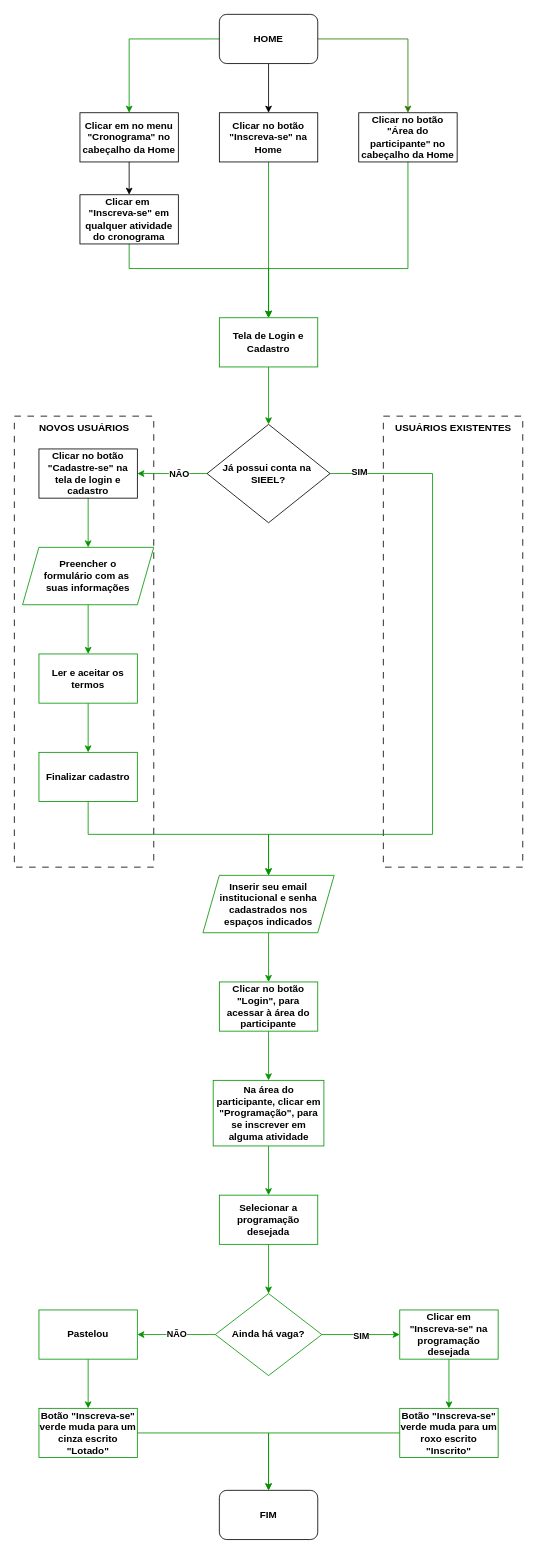
Before: page "inscricao-nas-atividades-da-SIEEL" (2 of 6) of flowcharts-SIEEL-s-Site.drawio in jo4o-vinicius/Flowchart-of-SIEEL-s-site, a draw.io diagram. Source tidied: cells renumbered, new cells numbered last; positions are measured from the earlier drawing's top-left corner, leaving out a move shared by most shapes. Both pictures are drawn from the tidied source at 82%, with x=0, y=0 at pixel (14, 14).
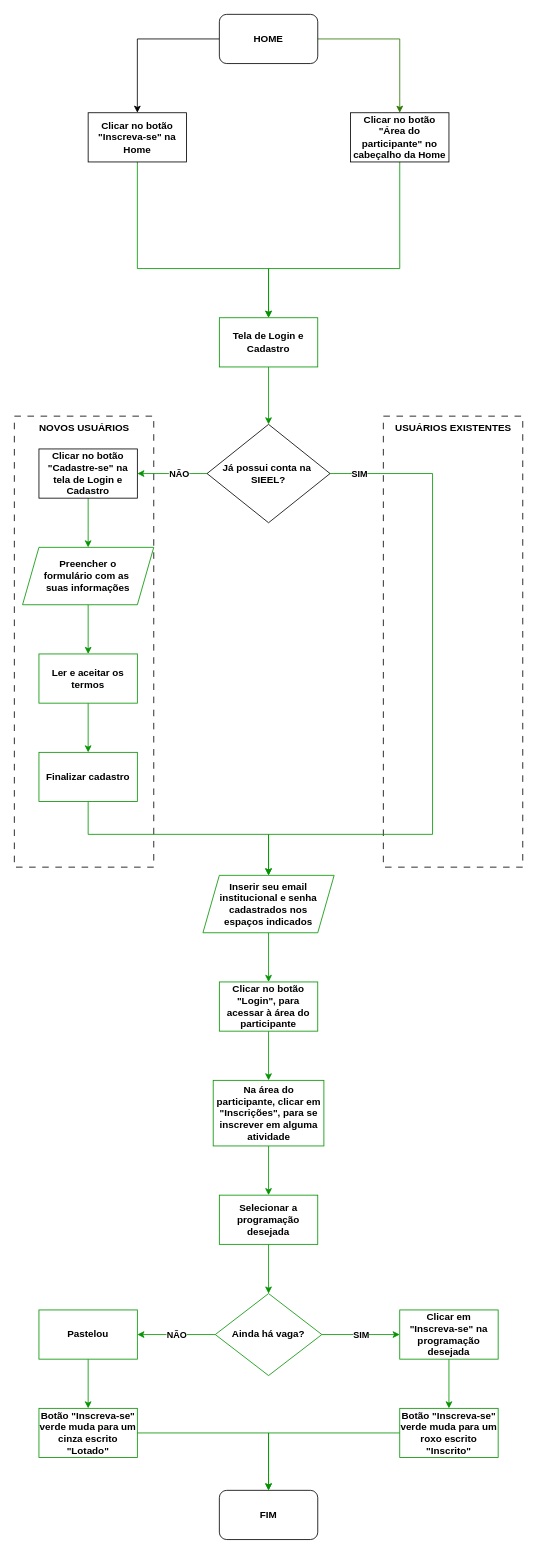
After the change.

The change refers to these unchanged cells:
```xml
<mxCell id="7" value="&lt;b&gt;HOME&lt;/b&gt;" style="rounded=1;whiteSpace=wrap;html=1;strokeColor=light-dark(#000000,#049402);" parent="1" vertex="1">
  <mxGeometry x="250" width="120" height="60" as="geometry" />
</mxCell>
<mxCell id="9" style="edgeStyle=orthogonalEdgeStyle;rounded=0;jettySize=auto;html=1;entryX=0.5;entryY=0;entryDx=0;entryDy=0;strokeColor=light-dark(#049402,#049402);exitX=1;exitY=0.5;exitDx=0;exitDy=0;" parent="1" edge="1" source="13" target="33">
  <mxGeometry relative="1" as="geometry">
    <Array as="points">
      <mxPoint x="510" y="560" />
      <mxPoint x="510" y="1000" />
      <mxPoint x="310" y="1000" />
    </Array>
  </mxGeometry>
</mxCell>
<mxCell id="25" value="&lt;b&gt;Tela de Login e Cadastro&lt;/b&gt;" style="rounded=0;whiteSpace=wrap;html=1;strokeColor=light-dark(#049402,#049402);" parent="1" vertex="1">
  <mxGeometry x="250" y="370" width="120" height="60" as="geometry" />
</mxCell>
<mxCell id="40" style="edgeStyle=orthogonalEdgeStyle;rounded=0;jettySize=auto;html=1;strokeColor=light-dark(#049402,#049402);entryX=0;entryY=0.5;entryDx=0;entryDy=0;labelBorderColor=none;" parent="1" edge="1" source="44" target="39">
  <mxGeometry relative="1" as="geometry" />
</mxCell>
<mxCell id="42" style="edgeStyle=orthogonalEdgeStyle;rounded=0;jettySize=auto;html=1;strokeColor=light-dark(#049402,#049402);entryX=1;entryY=0.5;entryDx=0;entryDy=0;labelBorderColor=none;" parent="1" edge="1" source="44" target="46">
  <mxGeometry relative="1" as="geometry" />
</mxCell>
```

Change to the diagram source:
```diff
@@
-    <mxCell id="4" style="edgeStyle=orthogonalEdgeStyle;rounded=0;jettySize=auto;html=1;entryX=0.5;entryY=0;entryDx=0;entryDy=0;strokeColor=light-dark(#049402,#049402);" parent="1" edge="1" source="7" target="17">
-      <mxGeometry relative="1" as="geometry" />
-    </mxCell>
@@
     <mxCell id="6" style="edgeStyle=orthogonalEdgeStyle;rounded=0;jettySize=auto;html=1;fillColor=#60a917;strokeColor=light-dark(#2D7600,#049402);entryX=0.5;entryY=0;entryDx=0;entryDy=0;" parent="1" edge="1" source="7" target="19">
       <mxGeometry relative="1" as="geometry">
         <Array as="points">
-          <mxPoint x="480" y="30" />
+          <mxPoint x="470" y="30" />
+          <mxPoint x="470" y="120" />
         </Array>
       </mxGeometry>
     </mxCell>
@@
     <mxCell id="10" value="SIM" style="edgeLabel;html=1;align=center;verticalAlign=middle;fontStyle=1;" parent="9" vertex="1">
       <mxGeometry x="-0.41" y="-3" relative="1" as="geometry">
-        <mxPoint x="-87" y="-118" as="offset" />
+        <mxPoint x="-87" y="-115" as="offset" />
       </mxGeometry>
     </mxCell>
@@
-    <mxCell id="14" style="edgeStyle=orthogonalEdgeStyle;rounded=0;jettySize=auto;html=1;strokeColor=light-dark(#049402,#049402);" parent="1" edge="1" source="15" target="25">
-      <mxGeometry relative="1" as="geometry" />
+    <mxCell id="14" style="edgeStyle=orthogonalEdgeStyle;rounded=0;jettySize=auto;html=1;strokeColor=light-dark(#049402,#049402);entryX=0.5;entryY=0;entryDx=0;entryDy=0;" parent="1" edge="1" source="15" target="25">
+      <mxGeometry relative="1" as="geometry">
+        <Array as="points">
+          <mxPoint x="150" y="310" />
+          <mxPoint x="310" y="310" />
+        </Array>
+      </mxGeometry>
     </mxCell>
     <mxCell id="15" value="&lt;div&gt;&lt;b&gt;Clicar no botão&lt;/b&gt;&lt;/div&gt;&lt;div&gt;&lt;b&gt;&quot;Inscreva-se&quot; na Home&lt;/b&gt;&lt;/div&gt;" style="rounded=0;whiteSpace=wrap;html=1;strokeColor=light-dark(#000000,#049402);" parent="1" vertex="1">
-      <mxGeometry x="250" y="120" width="120" height="60" as="geometry" />
+      <mxGeometry x="90" y="120" width="120" height="60" as="geometry" />
     </mxCell>
-    <mxCell id="16" style="edgeStyle=orthogonalEdgeStyle;rounded=0;jettySize=auto;html=1;" parent="1" edge="1" source="17" target="27">
-      <mxGeometry relative="1" as="geometry" />
-    </mxCell>
-    <mxCell id="17" value="&lt;b&gt;Clicar em no menu &quot;Cronograma&quot; no cabeçalho da Home&lt;/b&gt;" style="rounded=0;whiteSpace=wrap;html=1;strokeColor=light-dark(#000000,#049402);" parent="1" vertex="1">
-      <mxGeometry x="80" y="120" width="120" height="60" as="geometry" />
-    </mxCell>
     <mxCell id="18" style="edgeStyle=orthogonalEdgeStyle;rounded=0;jettySize=auto;html=1;entryX=0.5;entryY=0;entryDx=0;entryDy=0;strokeColor=light-dark(#049402,#049402);" parent="1" edge="1" source="19" target="25">
       <mxGeometry relative="1" as="geometry">
         <Array as="points">
-          <mxPoint x="480" y="310" />
+          <mxPoint x="470" y="310" />
           <mxPoint x="310" y="310" />
         </Array>
       </mxGeometry>
     </mxCell>
     <mxCell id="19" value="&lt;div&gt;&lt;b&gt;Clicar no botão&lt;/b&gt;&lt;/div&gt;&lt;div&gt;&lt;b&gt;&quot;Área do participante&quot; no cabeçalho da Home&lt;/b&gt;&lt;/div&gt;" style="rounded=0;whiteSpace=wrap;html=1;strokeColor=light-dark(#000000,#049402);" parent="1" vertex="1">
-      <mxGeometry x="420" y="120" width="120" height="60" as="geometry" />
+      <mxGeometry x="410" y="120" width="120" height="60" as="geometry" />
     </mxCell>
@@
-    <mxCell id="21" value="&lt;b&gt;Clicar no botão &quot;Cadastre-se&quot; na tela de login e cadastro&lt;/b&gt;" style="rounded=0;whiteSpace=wrap;html=1;strokeColor=light-dark(#000000,#049402);" parent="1" vertex="1">
+    <mxCell id="21" value="&lt;b&gt;Clicar no botão &quot;Cadastre-se&quot; na tela de Login e Cadastro&lt;/b&gt;" style="rounded=0;whiteSpace=wrap;html=1;strokeColor=light-dark(#000000,#049402);" parent="1" vertex="1">
       <mxGeometry x="30" y="530" width="120" height="60" as="geometry" />
     </mxCell>
@@
-    <mxCell id="26" style="edgeStyle=orthogonalEdgeStyle;rounded=0;jettySize=auto;html=1;entryX=0.5;entryY=0;entryDx=0;entryDy=0;strokeColor=light-dark(#049402,#049402);" parent="1" edge="1" source="27" target="25">
-      <mxGeometry relative="1" as="geometry">
-        <Array as="points">
-          <mxPoint x="140" y="310" />
-          <mxPoint x="310" y="310" />
-        </Array>
-      </mxGeometry>
-    </mxCell>
-    <mxCell id="27" value="&lt;div&gt;&lt;b&gt;Clicar em&amp;nbsp;&lt;/b&gt;&lt;/div&gt;&lt;div&gt;&lt;b&gt;&quot;Inscreva-se&quot; em qualquer atividade do cronograma&lt;/b&gt;&lt;/div&gt;" style="rounded=0;whiteSpace=wrap;html=1;strokeColor=light-dark(#000000,#049402);" parent="1" vertex="1">
-      <mxGeometry x="80" y="220" width="120" height="60" as="geometry" />
-    </mxCell>
@@
-    <mxCell id="37" value="&lt;b&gt;Na área do participante, clicar em &quot;Programação&quot;, para se inscrever em alguma atividade&lt;/b&gt;" style="whiteSpace=wrap;html=1;strokeColor=light-dark(#049402,#049402);" parent="1" vertex="1">
+    <mxCell id="37" value="&lt;b&gt;Na área do participante, clicar em &quot;Inscrições&quot;, para se inscrever em alguma atividade&lt;/b&gt;" style="whiteSpace=wrap;html=1;strokeColor=light-dark(#049402,#049402);" parent="1" vertex="1">
       <mxGeometry x="242.5" y="1300" width="135" height="80" as="geometry" />
     </mxCell>
@@
     <mxCell id="41" value="&lt;b&gt;SIM&lt;/b&gt;" style="edgeLabel;html=1;align=center;verticalAlign=middle;labelBorderColor=none;" parent="40" vertex="1">
-      <mxGeometry x="-0.01" y="-1" relative="1" as="geometry" />
+      <mxGeometry x="-0.01" y="-1" relative="1" as="geometry">
+        <mxPoint y="-1" as="offset" />
+      </mxGeometry>
     </mxCell>
@@
     <mxCell id="43" value="NÃO" style="edgeLabel;html=1;align=center;verticalAlign=middle;fontStyle=1;labelBorderColor=none;" parent="42" vertex="1">
-      <mxGeometry y="-1" relative="1" as="geometry" />
+      <mxGeometry y="-1" relative="1" as="geometry">
+        <mxPoint y="1" as="offset" />
+      </mxGeometry>
     </mxCell>
```
